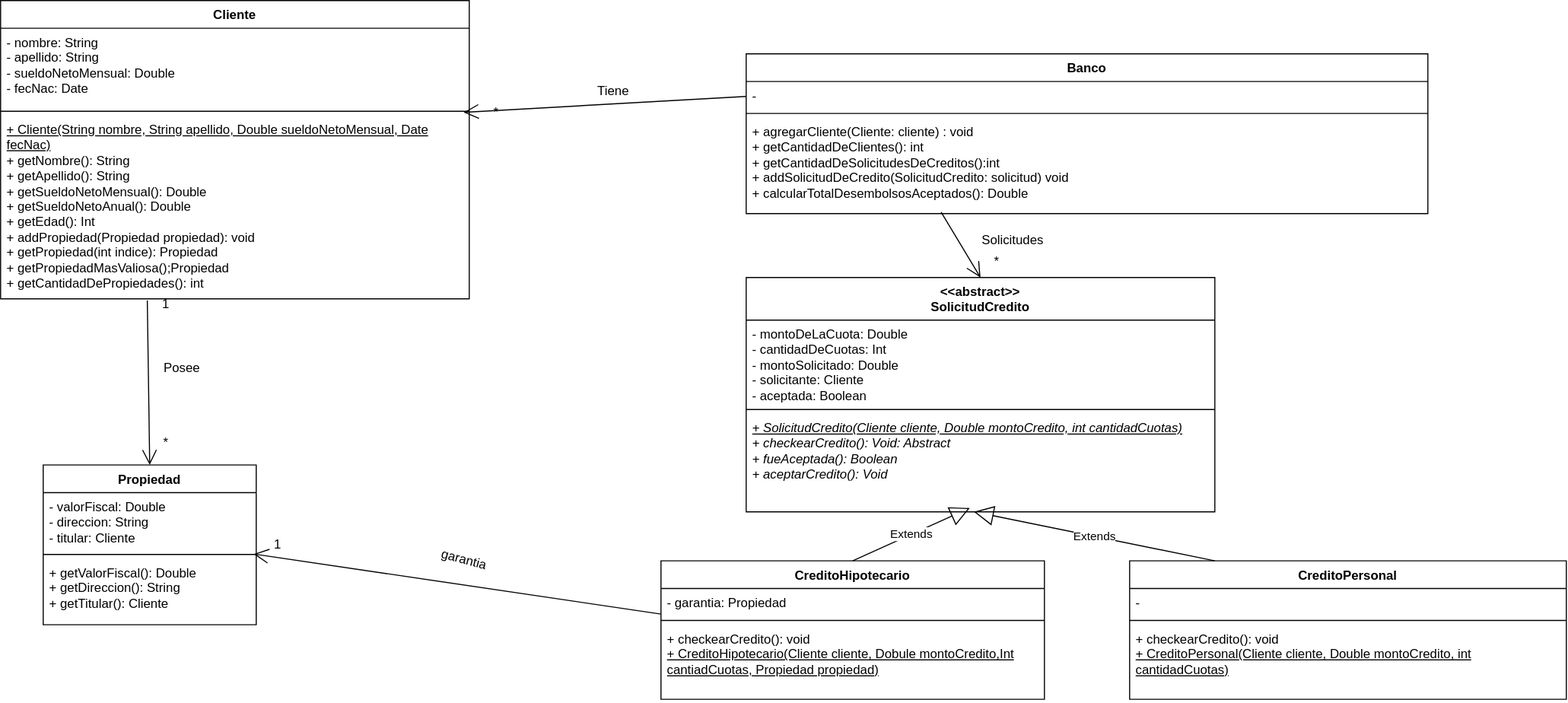
Above: TP-SolidDiagram-UML.drawio-OBJ2.svg in HernanBrito/TP-SOLID (draw.io), before the change. Source tidied: cells renumbered, new cells last; positions are measured from the earlier drawing's top-left corner, leaving out a move shared by most shapes.
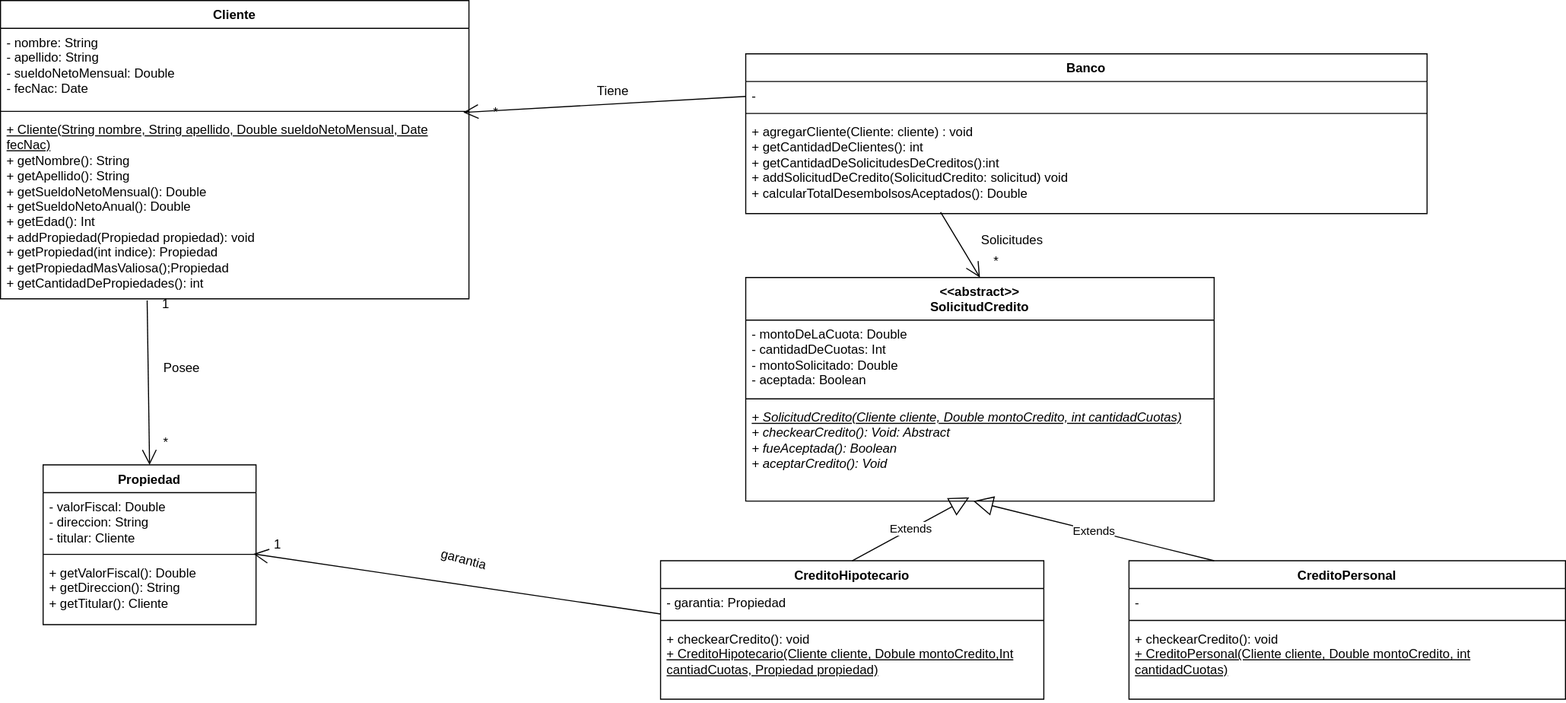
Later version of the same file.

Commit message:
UML modificado

Diff of the diagram source:
```diff
@@ -38,16 +38,16 @@
       <mxGeometry x="450" y="90" width="30" height="30" as="geometry" />
     </mxCell>
     <mxCell id="13" value="&amp;lt;&amp;lt;abstract&amp;gt;&amp;gt;&lt;br&gt;SolicitudCredito" style="swimlane;fontStyle=1;align=center;verticalAlign=top;horizontal=1;startSize=40;whiteSpace=wrap;html=1;" parent="1" vertex="1">
-      <mxGeometry x="700" y="260" width="440" height="220" as="geometry" />
+      <mxGeometry x="700" y="260" width="440" height="210" as="geometry" />
     </mxCell>
-    <mxCell id="14" value="- montoDeLaCuota: Double&lt;div&gt;- cantidadDeCuotas: Int&lt;br&gt;- montoSolicitado: Double&lt;br&gt;- solicitante: Cliente&lt;/div&gt;&lt;div&gt;- aceptada: Boolean&lt;/div&gt;" style="text;strokeColor=none;fillColor=none;align=left;verticalAlign=top;spacingLeft=4;spacingRight=4;overflow=hidden;whiteSpace=wrap;html=1;" parent="13" vertex="1">
-      <mxGeometry y="40" width="440" height="80" as="geometry" />
+    <mxCell id="14" value="- montoDeLaCuota: Double&lt;div&gt;- cantidadDeCuotas: Int&lt;br&gt;- montoSolicitado: Double&lt;br&gt;&lt;/div&gt;&lt;div&gt;- aceptada: Boolean&lt;/div&gt;" style="text;strokeColor=none;fillColor=none;align=left;verticalAlign=top;spacingLeft=4;spacingRight=4;overflow=hidden;whiteSpace=wrap;html=1;" parent="13" vertex="1">
+      <mxGeometry y="40" width="440" height="70" as="geometry" />
     </mxCell>
     <mxCell id="15" style="line;strokeWidth=1;fillColor=none;align=left;verticalAlign=middle;spacingTop=-1;spacingLeft=3;spacingRight=3;labelPosition=right;strokeColor=inherit;" parent="13" vertex="1">
-      <mxGeometry y="120" width="440" height="8" as="geometry" />
+      <mxGeometry y="110" width="440" height="8" as="geometry" />
     </mxCell>
     <mxCell id="16" value="&lt;i&gt;&lt;u&gt;+ SolicitudCredito(Cliente cliente, Double montoCredito, int cantidadCuotas)&lt;/u&gt;&lt;br&gt;+ checkearCredito(): Void: Abstract&lt;br&gt;+ fueAceptada(): Boolean&lt;/i&gt;&lt;div&gt;&lt;i&gt;+ aceptarCredito(): Void&lt;/i&gt;&lt;/div&gt;" style="text;strokeColor=none;fillColor=none;align=left;verticalAlign=top;spacingLeft=4;spacingRight=4;overflow=hidden;points=[[0,0.5],[1,0.5]];portConstraint=eastwest;whiteSpace=wrap;html=1;" parent="13" vertex="1">
-      <mxGeometry y="128" width="440" height="92" as="geometry" />
+      <mxGeometry y="118" width="440" height="92" as="geometry" />
     </mxCell>
     <mxCell id="17" value="CreditoPersonal" style="swimlane;fontStyle=1;align=center;verticalAlign=top;horizontal=1;startSize=26;whiteSpace=wrap;html=1;" parent="1" vertex="1">
       <mxGeometry x="1060" y="526" width="410" height="130" as="geometry" />
```
